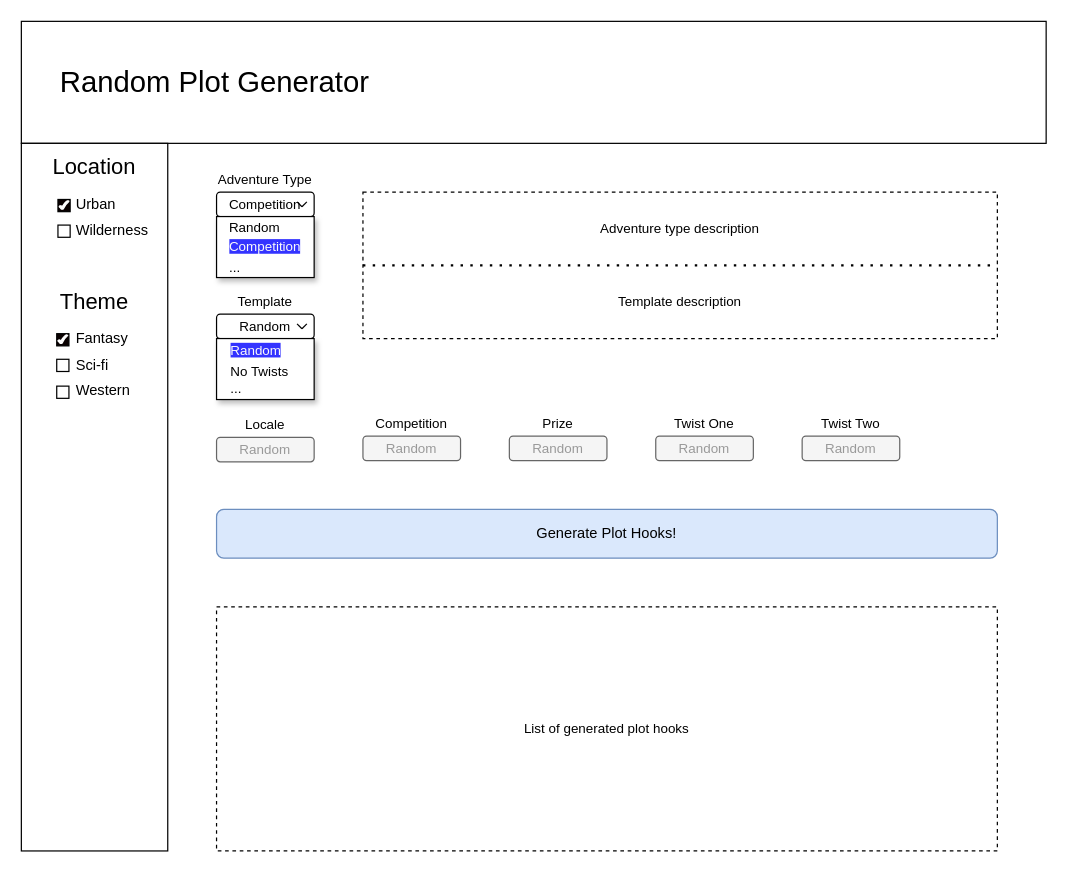
Before: docs/mockup1.drawio in polsongarrett/capstone, a draw.io diagram. Source tidied: cells renumbered, new cells numbered last; positions are measured from the earlier drawing's top-left corner, leaving out a move shared by most shapes. Both pictures are drawn from the tidied source at 122%, with x=0, y=0 at pixel (21, 21).
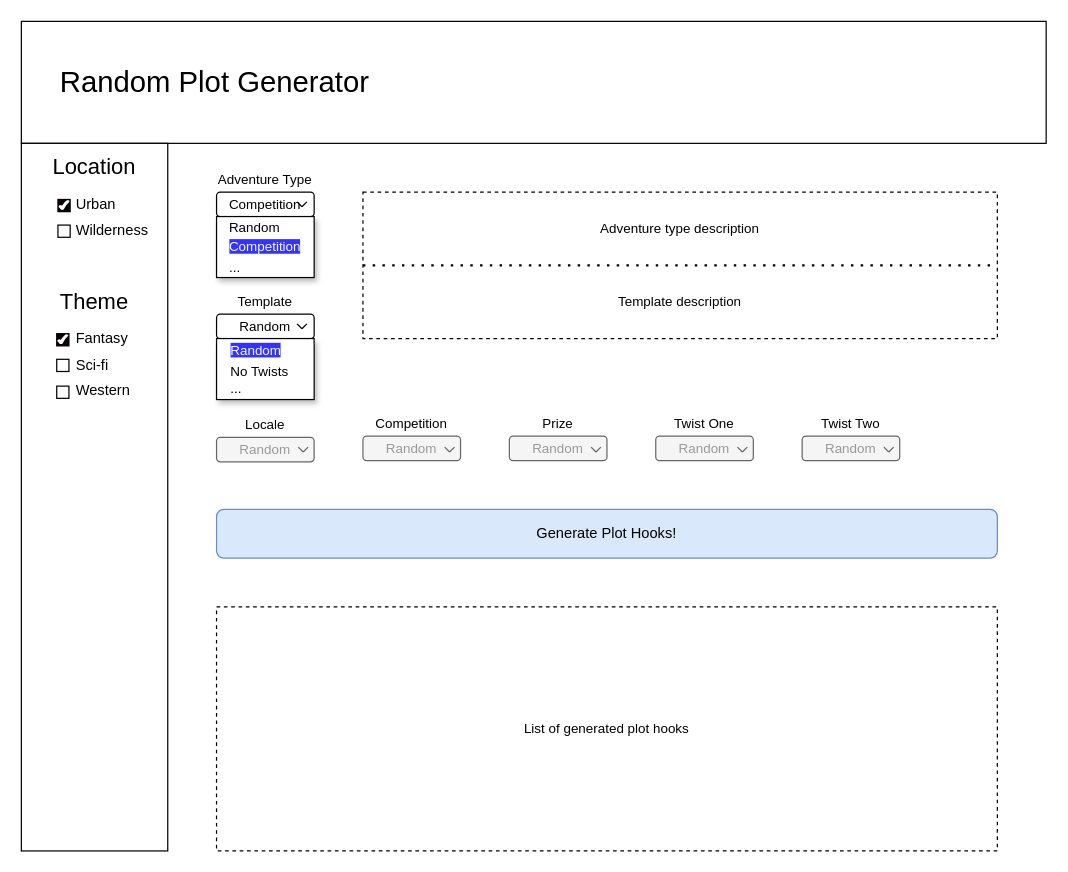
The same diagram, later.

Diff of the diagram source:
```diff
@@
+    <mxCell id="39" style="endArrow=none;html=1;rounded=0;fontSize=11;strokeColor=#666666;" parent="1" edge="1">
+      <mxGeometry relative="1" as="geometry">
+        <mxPoint x="231" y="353" as="sourcePoint" />
+        <mxPoint x="235" y="349" as="targetPoint" />
+      </mxGeometry>
+    </mxCell>
+    <mxCell id="40" style="endArrow=none;html=1;rounded=0;fontSize=11;strokeColor=#666666;" parent="1" edge="1">
+      <mxGeometry relative="1" as="geometry">
+        <mxPoint x="231" y="353" as="sourcePoint" />
+        <mxPoint x="227" y="349" as="targetPoint" />
+      </mxGeometry>
+    </mxCell>
+    <mxCell id="41" style="endArrow=none;html=1;rounded=0;fontSize=11;strokeColor=#666666;" parent="1" edge="1">
+      <mxGeometry relative="1" as="geometry">
+        <mxPoint x="351" y="353" as="sourcePoint" />
+        <mxPoint x="355" y="349" as="targetPoint" />
+      </mxGeometry>
+    </mxCell>
+    <mxCell id="42" style="endArrow=none;html=1;rounded=0;fontSize=11;strokeColor=#666666;" parent="1" edge="1">
+      <mxGeometry relative="1" as="geometry">
+        <mxPoint x="351" y="353" as="sourcePoint" />
+        <mxPoint x="347" y="349" as="targetPoint" />
+      </mxGeometry>
+    </mxCell>
+    <mxCell id="43" style="endArrow=none;html=1;rounded=0;fontSize=11;strokeColor=#666666;" parent="1" edge="1">
+      <mxGeometry relative="1" as="geometry">
+        <mxPoint x="471" y="353" as="sourcePoint" />
+        <mxPoint x="475" y="349" as="targetPoint" />
+      </mxGeometry>
+    </mxCell>
+    <mxCell id="44" style="endArrow=none;html=1;rounded=0;fontSize=11;strokeColor=#666666;" parent="1" edge="1">
+      <mxGeometry relative="1" as="geometry">
+        <mxPoint x="471" y="353" as="sourcePoint" />
+        <mxPoint x="467" y="349" as="targetPoint" />
+      </mxGeometry>
+    </mxCell>
+    <mxCell id="45" style="endArrow=none;html=1;rounded=0;fontSize=11;strokeColor=#666666;" parent="1" edge="1">
+      <mxGeometry relative="1" as="geometry">
+        <mxPoint x="591" y="353" as="sourcePoint" />
+        <mxPoint x="595" y="349" as="targetPoint" />
+      </mxGeometry>
+    </mxCell>
+    <mxCell id="46" style="endArrow=none;html=1;rounded=0;fontSize=11;strokeColor=#666666;" parent="1" edge="1">
+      <mxGeometry relative="1" as="geometry">
+        <mxPoint x="591" y="353" as="sourcePoint" />
+        <mxPoint x="587" y="349" as="targetPoint" />
+      </mxGeometry>
+    </mxCell>
+    <mxCell id="47" style="endArrow=none;html=1;rounded=0;fontSize=11;strokeColor=#666666;" parent="1" edge="1">
+      <mxGeometry relative="1" as="geometry">
+        <mxPoint x="711" y="353" as="sourcePoint" />
+        <mxPoint x="715" y="349" as="targetPoint" />
+      </mxGeometry>
+    </mxCell>
+    <mxCell id="48" style="endArrow=none;html=1;rounded=0;fontSize=11;strokeColor=#666666;" parent="1" edge="1">
+      <mxGeometry relative="1" as="geometry">
+        <mxPoint x="711" y="353" as="sourcePoint" />
+        <mxPoint x="707" y="349" as="targetPoint" />
+      </mxGeometry>
+    </mxCell>
```
